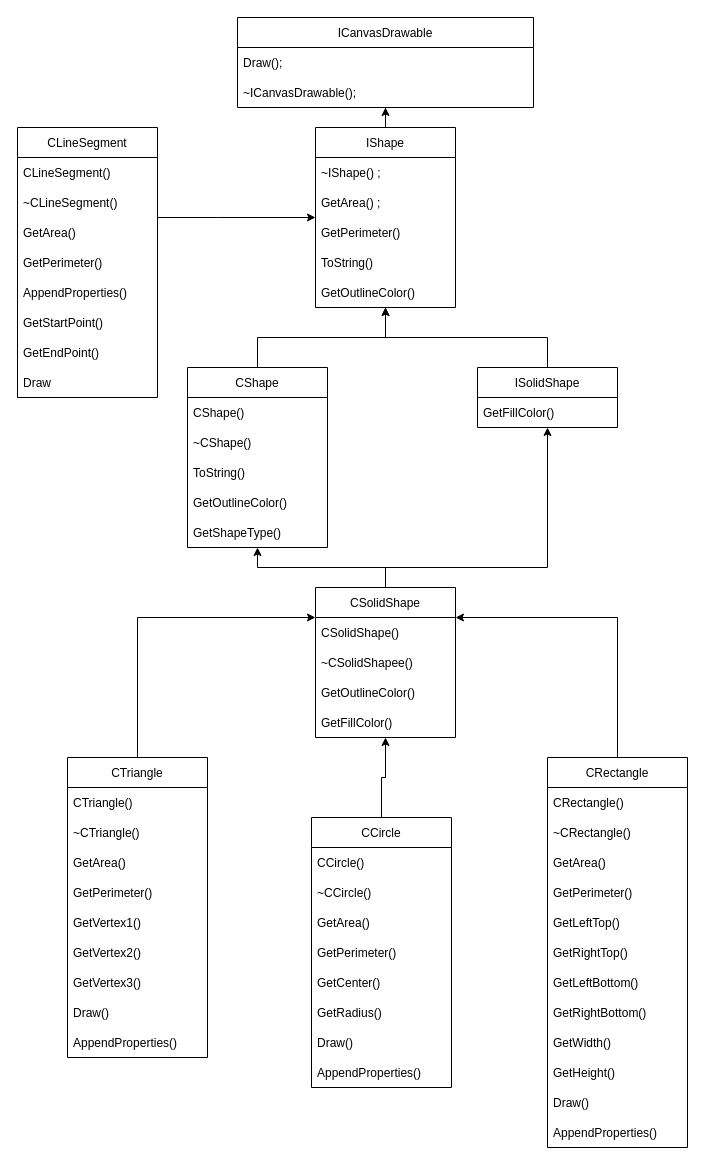
Above: Untitled Diagram.drawio in DarkMoonLi/love_oop (draw.io), before the change. Source tidied: cells renumbered, new cells numbered last; positions are measured from the earlier drawing's top-left corner, leaving out a move shared by most shapes. Both pictures are drawn from the tidied source at 100%, with x=0, y=0 at pixel (17, 17).
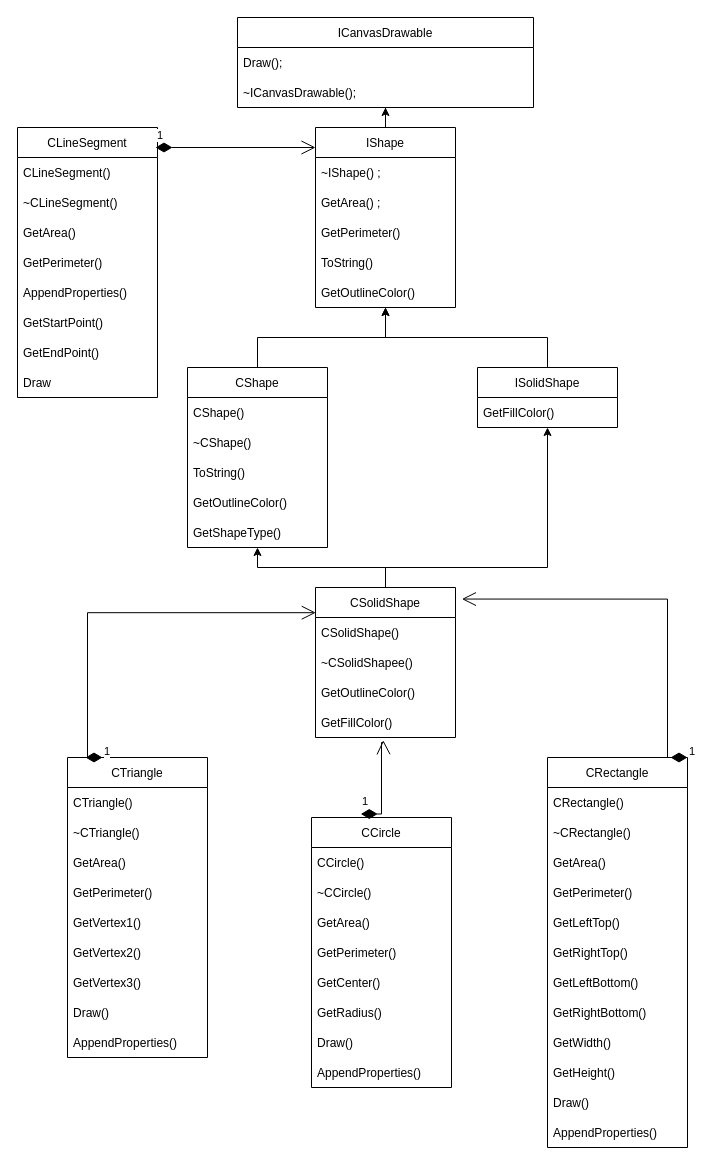
The same page after the edit.

Unchanged cells that the change refers to:
```xml
<mxCell id="6" value="IShape" style="swimlane;fontStyle=0;horizontal=1;startSize=30;" parent="1" vertex="1">
  <mxGeometry x="298" y="110" width="140" height="180" as="geometry" />
</mxCell>
<mxCell id="16" value="CLineSegment" style="swimlane;fontStyle=0;horizontal=1;startSize=30;" parent="1" vertex="1">
  <mxGeometry y="110" width="140" height="270" as="geometry" />
</mxCell>
<mxCell id="26" value="CTriangle" style="swimlane;fontStyle=0;horizontal=1;startSize=30;" parent="1" vertex="1">
  <mxGeometry x="50" y="740" width="140" height="300" as="geometry" />
</mxCell>
<mxCell id="37" value="CCircle" style="swimlane;fontStyle=0;horizontal=1;startSize=30;" parent="1" vertex="1">
  <mxGeometry x="294" y="800" width="140" height="270" as="geometry" />
</mxCell>
<mxCell id="47" value="CRectangle" style="swimlane;fontStyle=0;horizontal=1;startSize=30;" parent="1" vertex="1">
  <mxGeometry x="530" y="740" width="140" height="390" as="geometry" />
</mxCell>
<mxCell id="69" value="CSolidShape" style="swimlane;fontStyle=0;horizontal=1;startSize=30;" parent="1" vertex="1">
  <mxGeometry x="298" y="570" width="140" height="150" as="geometry" />
</mxCell>
<mxCell id="73" value="GetFillColor()" style="text;strokeColor=none;fillColor=none;align=left;verticalAlign=middle;spacingLeft=4;spacingRight=4;overflow=hidden;points=[[0,0.5],[1,0.5]];portConstraint=eastwest;" parent="69" vertex="1">
  <mxGeometry y="120" width="140" height="30" as="geometry" />
</mxCell>
```

Change to the diagram source:
```diff
@@
-    <mxCell id="15" style="edgeStyle=orthogonalEdgeStyle;rounded=0;jettySize=auto;html=1;" parent="1" edge="1" source="16" target="6">
-      <mxGeometry relative="1" as="geometry">
-        <Array as="points">
-          <mxPoint x="200" y="200" />
-        </Array>
-      </mxGeometry>
-    </mxCell>
@@
-    <mxCell id="25" style="edgeStyle=orthogonalEdgeStyle;rounded=0;jettySize=auto;html=1;" parent="1" edge="1" source="26" target="69">
-      <mxGeometry relative="1" as="geometry">
-        <Array as="points">
-          <mxPoint x="120" y="600" />
-        </Array>
-      </mxGeometry>
-    </mxCell>
@@
-    <mxCell id="36" style="edgeStyle=orthogonalEdgeStyle;rounded=0;jettySize=auto;html=1;" parent="1" edge="1" source="37" target="69">
-      <mxGeometry relative="1" as="geometry" />
-    </mxCell>
@@
-    <mxCell id="46" style="edgeStyle=orthogonalEdgeStyle;rounded=0;jettySize=auto;html=1;" parent="1" edge="1" source="47" target="69">
-      <mxGeometry relative="1" as="geometry">
-        <Array as="points">
-          <mxPoint x="600" y="600" />
-        </Array>
-      </mxGeometry>
-    </mxCell>
@@
+    <mxCell id="74" value="1" style="endArrow=open;html=1;endSize=12;startArrow=diamondThin;startSize=14;startFill=1;edgeStyle=orthogonalEdgeStyle;align=left;verticalAlign=bottom;rounded=0;" parent="1" edge="1">
+      <mxGeometry x="-1" y="3" relative="1" as="geometry">
+        <mxPoint x="138" y="130" as="sourcePoint" />
+        <mxPoint x="298" y="130" as="targetPoint" />
+      </mxGeometry>
+    </mxCell>
+    <mxCell id="25" value="1" style="endArrow=open;html=1;endSize=12;startArrow=diamondThin;startSize=14;startFill=1;edgeStyle=orthogonalEdgeStyle;align=left;verticalAlign=bottom;rounded=0;exitX=0.25;exitY=0;exitDx=0;exitDy=0;entryX=0.002;entryY=0.168;entryDx=0;entryDy=0;entryPerimeter=0;" parent="1" edge="1" source="26" target="69">
+      <mxGeometry x="-1" y="3" relative="1" as="geometry">
+        <Array as="points">
+          <mxPoint x="70" y="740" />
+          <mxPoint x="70" y="595" />
+        </Array>
+      </mxGeometry>
+    </mxCell>
+    <mxCell id="75" value="1" style="endArrow=open;html=1;endSize=12;startArrow=diamondThin;startSize=14;startFill=1;edgeStyle=orthogonalEdgeStyle;align=left;verticalAlign=bottom;rounded=0;exitX=0.352;exitY=-0.013;exitDx=0;exitDy=0;entryX=0.484;entryY=1.092;entryDx=0;entryDy=0;entryPerimeter=0;exitPerimeter=0;" parent="1" edge="1" source="37" target="73">
+      <mxGeometry x="-1" y="3" relative="1" as="geometry">
+        <Array as="points">
+          <mxPoint x="364" y="797" />
+          <mxPoint x="364" y="725" />
+          <mxPoint x="366" y="725" />
+        </Array>
+      </mxGeometry>
+    </mxCell>
+    <mxCell id="46" value="1" style="endArrow=open;html=1;endSize=12;startArrow=diamondThin;startSize=14;startFill=1;edgeStyle=orthogonalEdgeStyle;align=left;verticalAlign=bottom;rounded=0;exitX=1;exitY=0;exitDx=0;exitDy=0;entryX=1.046;entryY=0.077;entryDx=0;entryDy=0;entryPerimeter=0;" parent="1" edge="1" source="47" target="69">
+      <mxGeometry x="-1" y="3" relative="1" as="geometry">
+        <Array as="points">
+          <mxPoint x="650" y="740" />
+          <mxPoint x="650" y="582" />
+        </Array>
+      </mxGeometry>
+    </mxCell>
```
